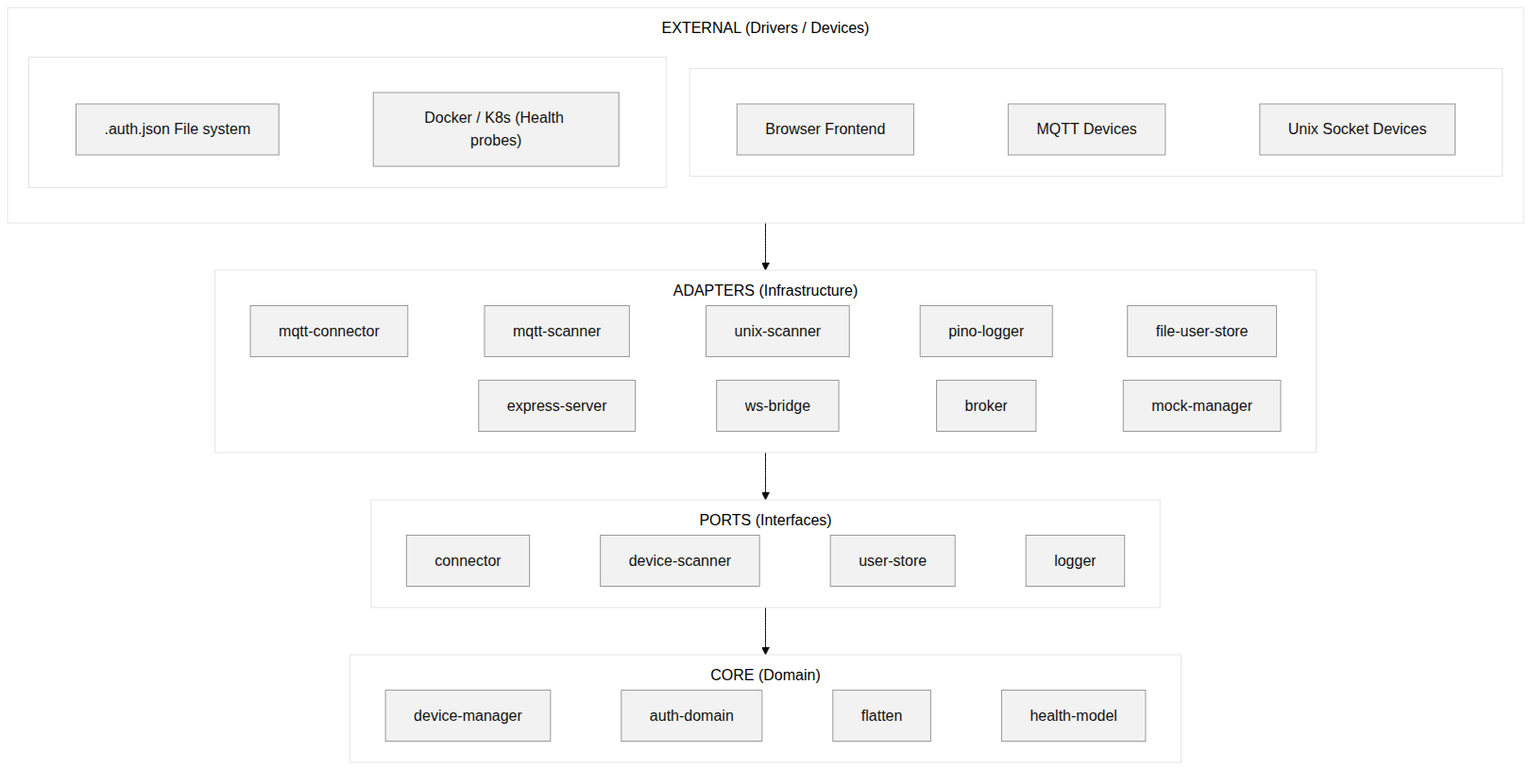
JuriPospelow/advancedGUI keeps this Mermaid diagram as documentation/images/clean-architecture-layers.png. Above is the earlier version. Its source is kept beside it as documentation/images/docs-scripts/clean-architecture-layers.mmd.
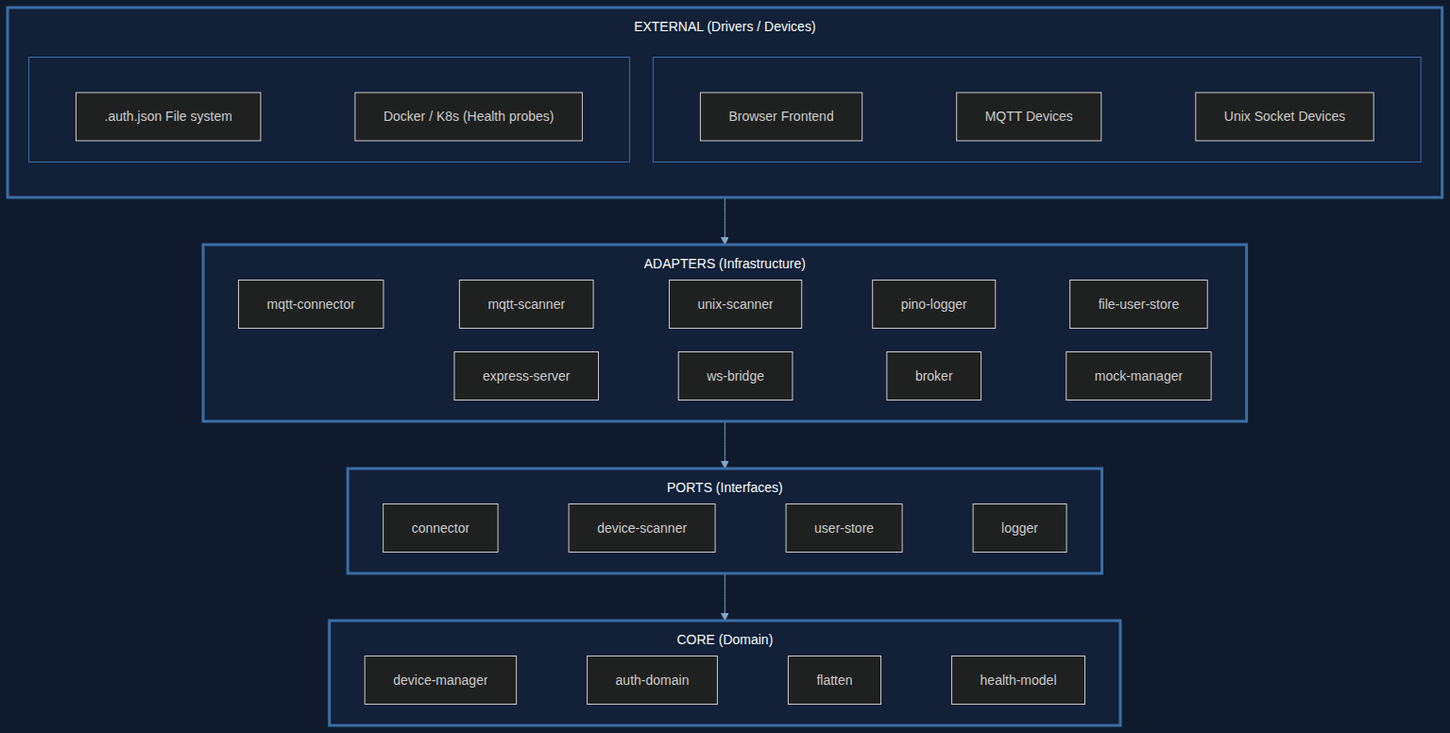
After the commit.

Commit message:
docs: match layers diagram to component diagram (dark navy bg + thick borders)

What changed in the source:
```diff
@@ -1,4 +1,4 @@
-%%{init: {"theme":"base", "themeVariables": {"primaryColor":"#f2f2f2","primaryBorderColor":"#999999","primaryTextColor":"#111"}, "flowchart": {"rankDir":"TB","nodeSpacing":25,"rankSpacing":50,"useMaxWidth":false,"subGraphTitleMargin":{"top":10,"bottom":5}}}}%%
+%%{init: {"theme":"dark","themeVariables":{"background":"#0f1b2d","primaryColor":"#16233c","primaryBorderColor":"#3b6ea5","primaryTextColor":"#e6edf5","clusterBkg":"#122038","clusterBorder":"#3b6ea5","lineColor":"#7fa8cc","fontSize":"14px"},"flowchart":{"rankDir":"TB","nodeSpacing":25,"rankSpacing":50,"useMaxWidth":false,"subGraphTitleMargin":{"top":10,"bottom":5}}}}%%
 flowchart TB
     subgraph EXT["EXTERNAL (Drivers / Devices)"]
         direction TB
@@ -31,3 +31,9 @@
     EXT --> ADAPT
     ADAPT --> PORTS
     PORTS --> CORE
+
+    classDef thick stroke:#3b6ea5,stroke-width:3px
+    EXT:::thick
+    ADAPT:::thick
+    PORTS:::thick
+    CORE:::thick
```
